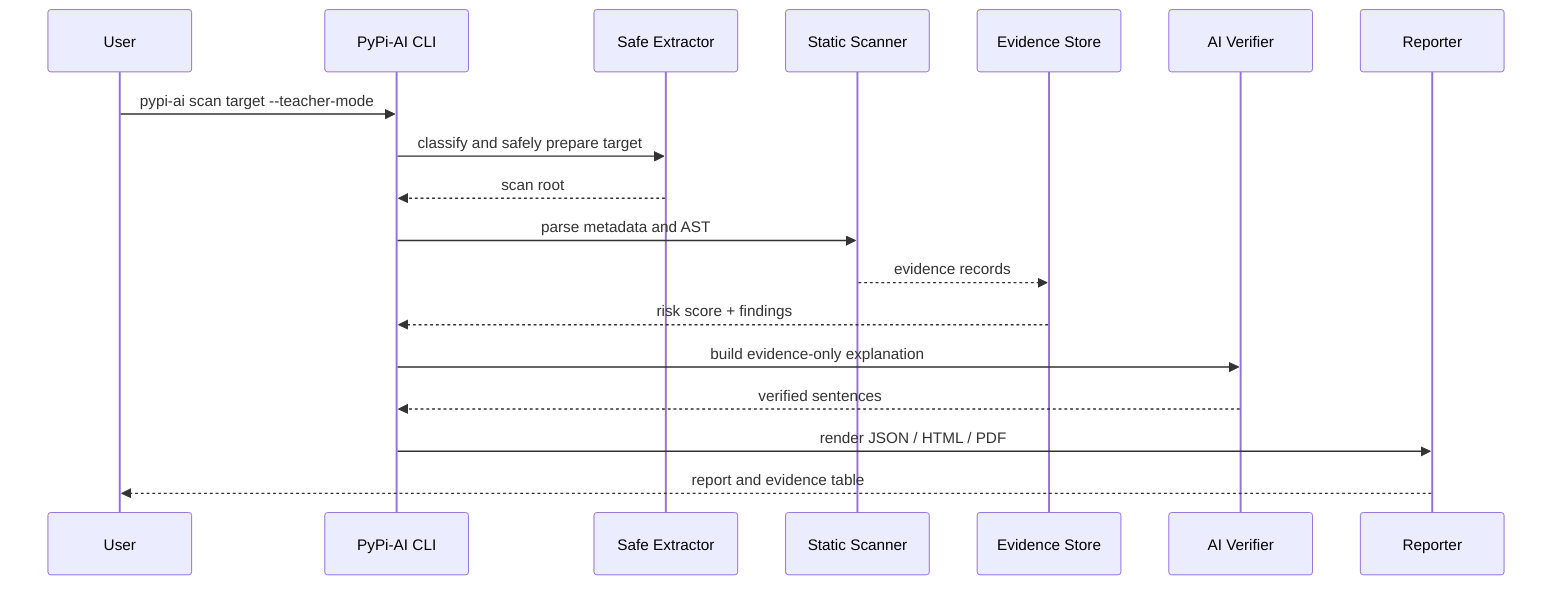
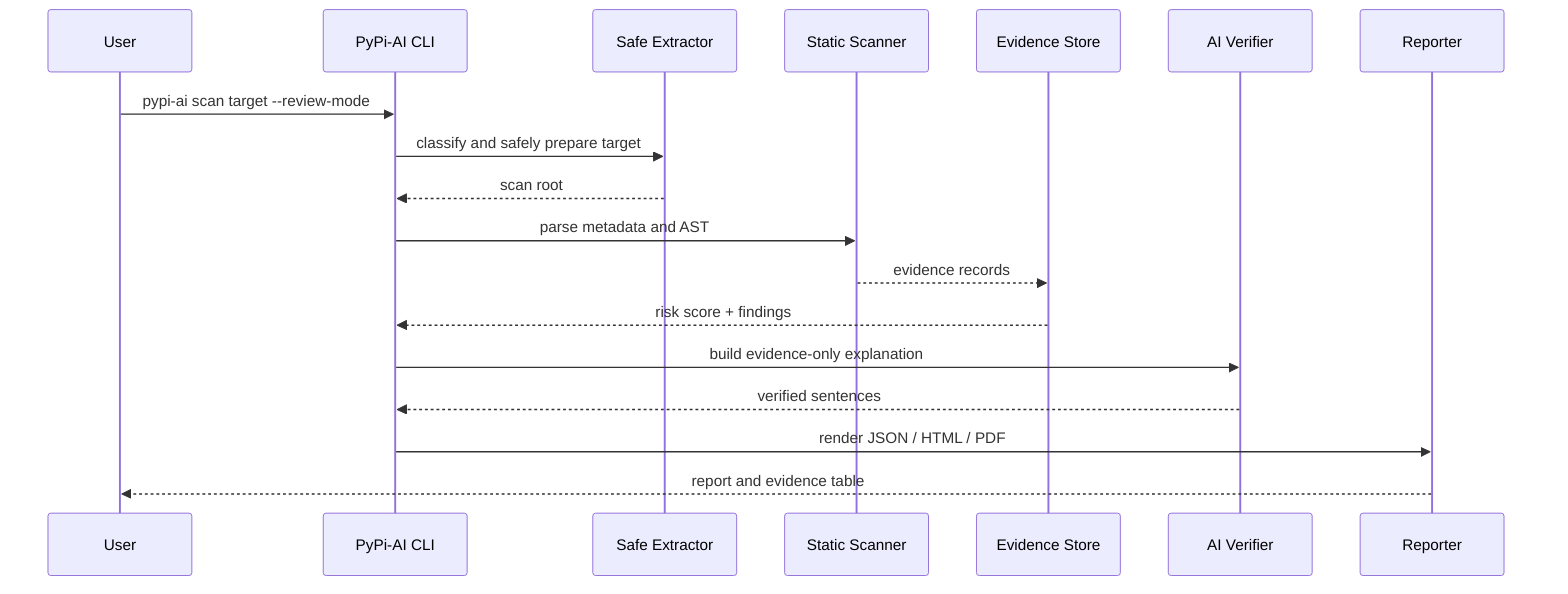
sequenceDiagram
    participant U as User
    participant CLI as PyPi-AI CLI
    participant EX as Safe Extractor
    participant SC as Static Scanner
    participant EV as Evidence Store
    participant AI as AI Verifier
    participant RP as Reporter
-     U->>CLI: pypi-ai scan target --teacher-mode
+     U->>CLI: pypi-ai scan target --review-mode
    CLI->>EX: classify and safely prepare target
    EX-->>CLI: scan root
    CLI->>SC: parse metadata and AST
    SC-->>EV: evidence records
    EV-->>CLI: risk score + findings
    CLI->>AI: build evidence-only explanation
    AI-->>CLI: verified sentences
    CLI->>RP: render JSON / HTML / PDF
    RP-->>U: report and evidence table
